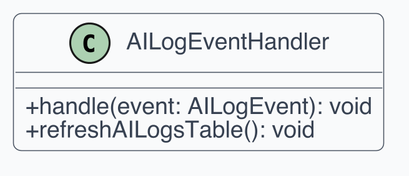
swenightpro/Documentazione keeps this PlantUML diagram as src/PB/Documentazione Esterna/Contenuti/componenti_specifiche_tecniche/assets/uml_frontend/23_ailogeventhandler.png. Above is the earlier version.
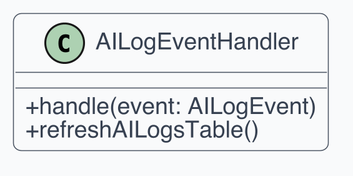
The same file after the commit.

Change to the diagram source:
```diff
@@ -1,7 +1,23 @@
 @startuml
-!include _style.iuml
-class AILogEventHandler {
-  +handle(event: AILogEvent): void
-  +refreshAILogsTable(): void
+skinparam dpi 300
+skinparam shadowing false
+skinparam backgroundColor White
+skinparam defaultFontName Helvetica
+skinparam defaultFontSize 12
+skinparam ArrowColor #4B5563
+skinparam ArrowThickness 1
+skinparam roundcorner 8
+skinparam class {
+  BackgroundColor #F9FAFB
+  BorderColor #4B5563
+  FontColor #111827
+  AttributeFontColor #374151
+  StereotypeFontColor #6B7280
+}
+skinparam classAttributeIconSize 0
+
+class "AILogEventHandler" as C1 {
+  + handle(event: AILogEvent)
+  + refreshAILogsTable()
 }
 @enduml
```
